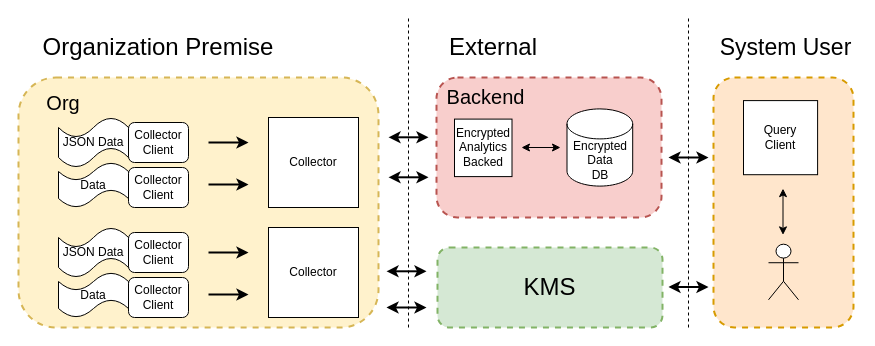
Above: src-images/architechture_diagram.drawio in CYBEX-P/priv-docs (draw.io), before the change. Source tidied: cells renumbered, new cells numbered last; positions are measured from the earlier drawing's top-left corner, leaving out a move shared by most shapes. Both pictures are drawn from the tidied source at 100%, with x=0, y=0 at pixel (18, 17).
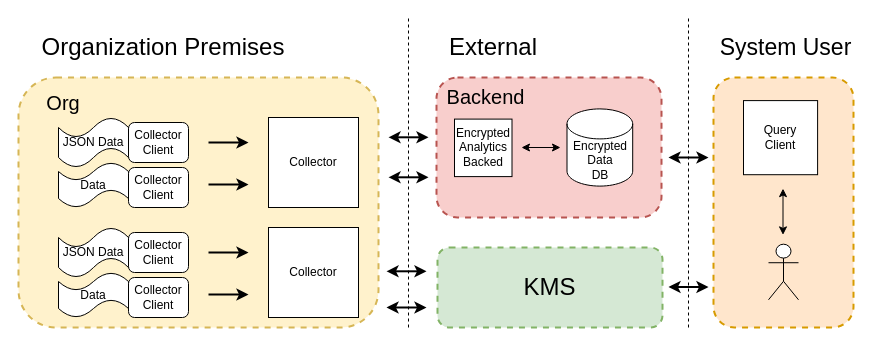
Above is the later version.

Change to the diagram source:
```diff
@@
-    <mxCell id="3" value="&lt;span style=&quot;font-size: 24px&quot;&gt;Organization Premise&lt;/span&gt;" style="text;html=1;strokeColor=none;fillColor=none;align=center;verticalAlign=middle;whiteSpace=wrap;rounded=0;" parent="1" vertex="1">
-      <mxGeometry x="20" y="10" width="240" height="40" as="geometry" />
+    <mxCell id="3" value="&lt;span style=&quot;font-size: 24px&quot;&gt;Organization Premises&lt;/span&gt;" style="text;html=1;strokeColor=none;fillColor=none;align=center;verticalAlign=middle;whiteSpace=wrap;rounded=0;" parent="1" vertex="1">
+      <mxGeometry x="20" y="10" width="250" height="40" as="geometry" />
     </mxCell>
```
